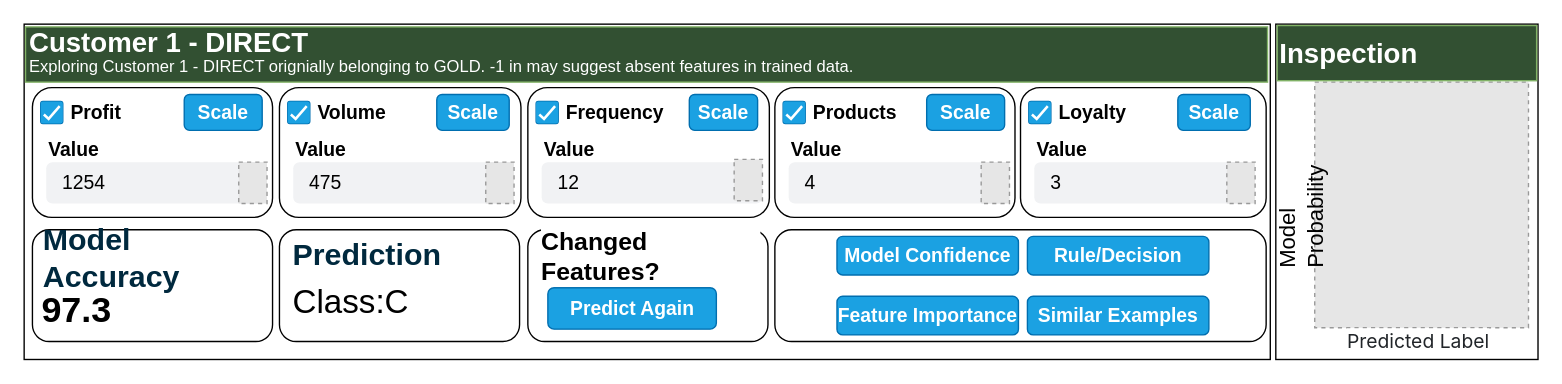
The draw.io diagram page "Page-1" (1 of 2) of ext/i_rel_03.drawio in raeeschaudhary/Coursera_Exams, before the edit. Source tidied: cells renumbered, new cells numbered last; positions are measured from the earlier drawing's top-left corner, leaving out a move shared by most shapes. Both pictures are drawn from the tidied source at 138%, with x=0, y=0 at pixel (23, 23). Pictures stored in the file or linked from it are replaced by grey dashed boxes.
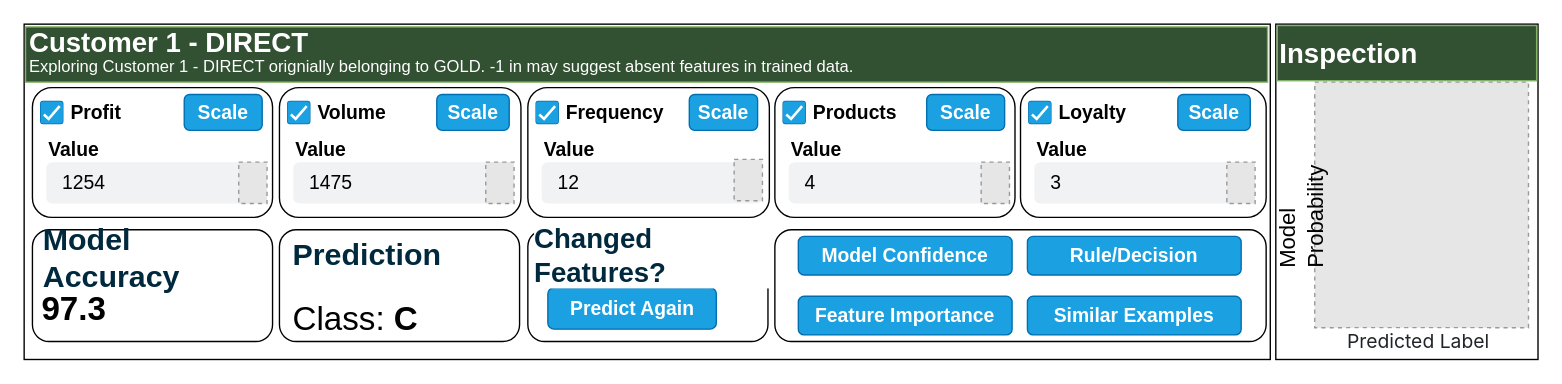
Above is the later version.

The change refers to these unchanged cells:
```xml
<mxCell id="18" value="38" style="group;fontColor=light-dark(#000000,#010101);fontFamily=corbel;fontSize=14;" parent="1" vertex="1">
  <mxGeometry x="195" y="100" width="160.5" height="31" as="geometry" />
</mxCell>
```

Change to the diagram source:
```diff
@@
-    <mxCell id="19" value="475" style="rounded=1;fillColor=light-dark(#F1F2F4,#FFFFFF);strokeColor=none;html=1;whiteSpace=wrap;fontColor=light-dark(#000000,#000000);align=left;fontSize=14;spacingLeft=10;sketch=0;fillStyle=solid;fontFamily=corbel;" parent="18" vertex="1">
+    <mxCell id="19" value="1475" style="rounded=1;fillColor=light-dark(#F1F2F4,#FFFFFF);strokeColor=none;html=1;whiteSpace=wrap;fontColor=light-dark(#000000,#000000);align=left;fontSize=14;spacingLeft=10;sketch=0;fillStyle=solid;fontFamily=corbel;" parent="18" vertex="1">
       <mxGeometry width="160" height="30" as="geometry" />
     </mxCell>
@@
-    <mxCell id="48" value="Changed Features?" style="text;html=1;align=left;verticalAlign=middle;whiteSpace=wrap;rounded=0;fontSize=18;fontStyle=1;labelBackgroundColor=default;fontFamily=corbel;" parent="1" vertex="1">
-      <mxGeometry x="372.6" y="153" width="160.5" height="31" as="geometry" />
+    <mxCell id="48" value="Changed Features?" style="text;html=1;align=left;verticalAlign=middle;whiteSpace=wrap;rounded=0;fontSize=20;fontStyle=1;labelBackgroundColor=default;fontFamily=corbel;fontColor=#00293E;" parent="1" vertex="1">
+      <mxGeometry x="367.6" y="151" width="188" height="31" as="geometry" />
     </mxCell>
@@
-    <mxCell id="51" value="97.3" style="text;html=1;align=left;verticalAlign=middle;whiteSpace=wrap;rounded=0;fontSize=26;fontFamily=corbel;fontStyle=1;" parent="1" vertex="1">
+    <mxCell id="51" value="97.3" style="text;html=1;align=left;verticalAlign=middle;whiteSpace=wrap;rounded=0;fontSize=24;fontFamily=corbel;fontStyle=1;" parent="1" vertex="1">
       <mxGeometry x="10.6" y="192" width="94.4" height="29" as="geometry" />
     </mxCell>
@@
-    <mxCell id="54" value="Class:C" style="text;html=1;align=left;verticalAlign=middle;whiteSpace=wrap;rounded=0;fontSize=24;fontFamily=corbel;" parent="1" vertex="1">
-      <mxGeometry x="192.6" y="194" width="94.4" height="15" as="geometry" />
+    <mxCell id="54" value="&lt;span style=&quot;font-weight: normal;&quot;&gt;Class:&amp;nbsp;&lt;/span&gt;C" style="text;html=1;align=left;verticalAlign=middle;whiteSpace=wrap;rounded=0;fontSize=24;fontFamily=corbel;fontColor=default;fontStyle=1;" parent="1" vertex="1">
+      <mxGeometry x="192.6" y="206" width="94.4" height="15" as="geometry" />
     </mxCell>
@@
     <mxCell id="56" value="Model Confidence" style="rounded=1;fillColor=#1ba1e2;align=center;strokeColor=#006EAF;html=1;whiteSpace=wrap;fontSize=14;sketch=0;fontStyle=1;fontFamily=corbel;fontColor=#ffffff;" parent="1" vertex="1">
-      <mxGeometry x="589" y="153.8" width="131.5" height="28" as="geometry" />
+      <mxGeometry x="561" y="153.8" width="154.9" height="28" as="geometry" />
     </mxCell>
     <mxCell id="57" value="Feature Importance" style="rounded=1;fillColor=#1ba1e2;align=center;strokeColor=#006EAF;html=1;whiteSpace=wrap;fontSize=14;sketch=0;fontStyle=1;fontFamily=corbel;fontColor=#ffffff;" parent="1" vertex="1">
-      <mxGeometry x="589" y="197.2" width="131.5" height="28" as="geometry" />
+      <mxGeometry x="561" y="197.2" width="154.9" height="28" as="geometry" />
     </mxCell>
     <mxCell id="58" value="Rule/Decision" style="rounded=1;fillColor=#1ba1e2;align=center;strokeColor=#006EAF;html=1;whiteSpace=wrap;fontSize=14;sketch=0;fontStyle=1;fontFamily=corbel;fontColor=#ffffff;" parent="1" vertex="1">
-      <mxGeometry x="727" y="153.8" width="131.5" height="28" as="geometry" />
+      <mxGeometry x="727" y="153.8" width="154.9" height="28" as="geometry" />
     </mxCell>
     <mxCell id="59" value="Similar Examples" style="rounded=1;fillColor=#1ba1e2;align=center;strokeColor=#006EAF;html=1;whiteSpace=wrap;fontSize=14;sketch=0;fontStyle=1;fontFamily=corbel;fontColor=#ffffff;" parent="1" vertex="1">
-      <mxGeometry x="727" y="197.2" width="131.5" height="28" as="geometry" />
+      <mxGeometry x="727" y="197.2" width="154.9" height="28" as="geometry" />
     </mxCell>
```
